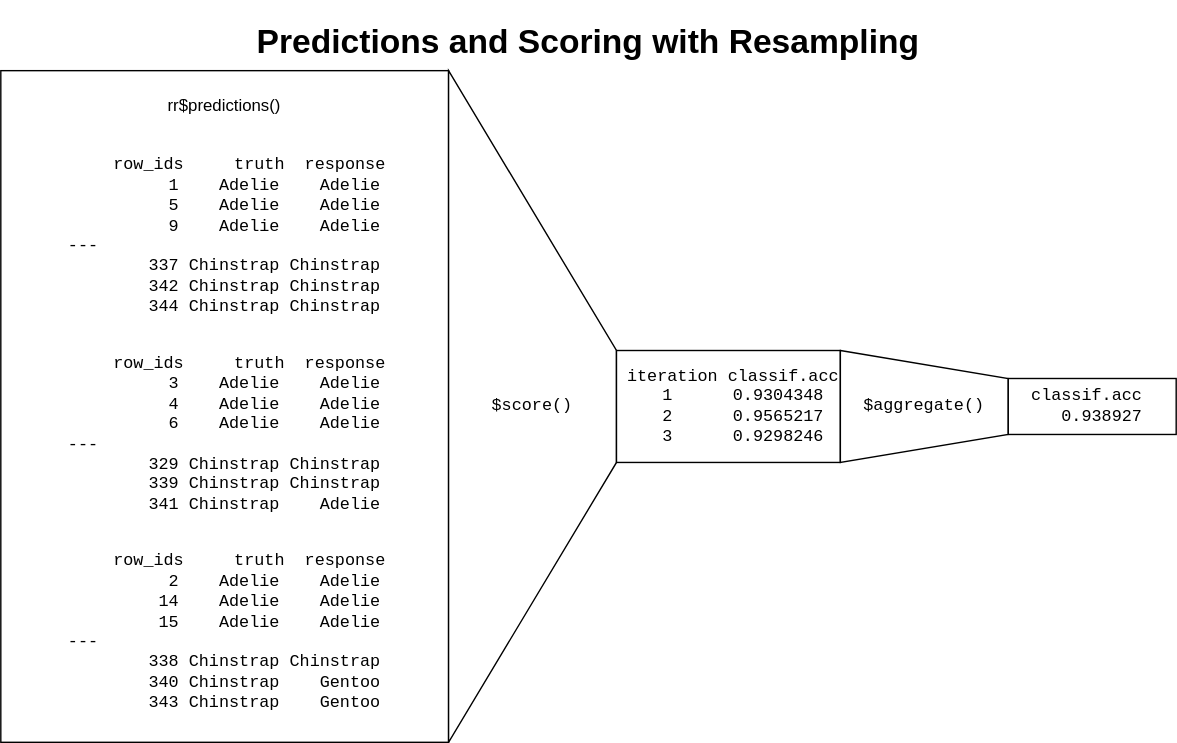
Before: book/Figures/predict-score-aggregate-resampling.drawio.svg, a diagram exported from draw.io (mlr-org/mlr3book). Source tidied: cells renumbered, new cells last; positions are measured from the earlier drawing's top-left corner, leaving out a move shared by most shapes.
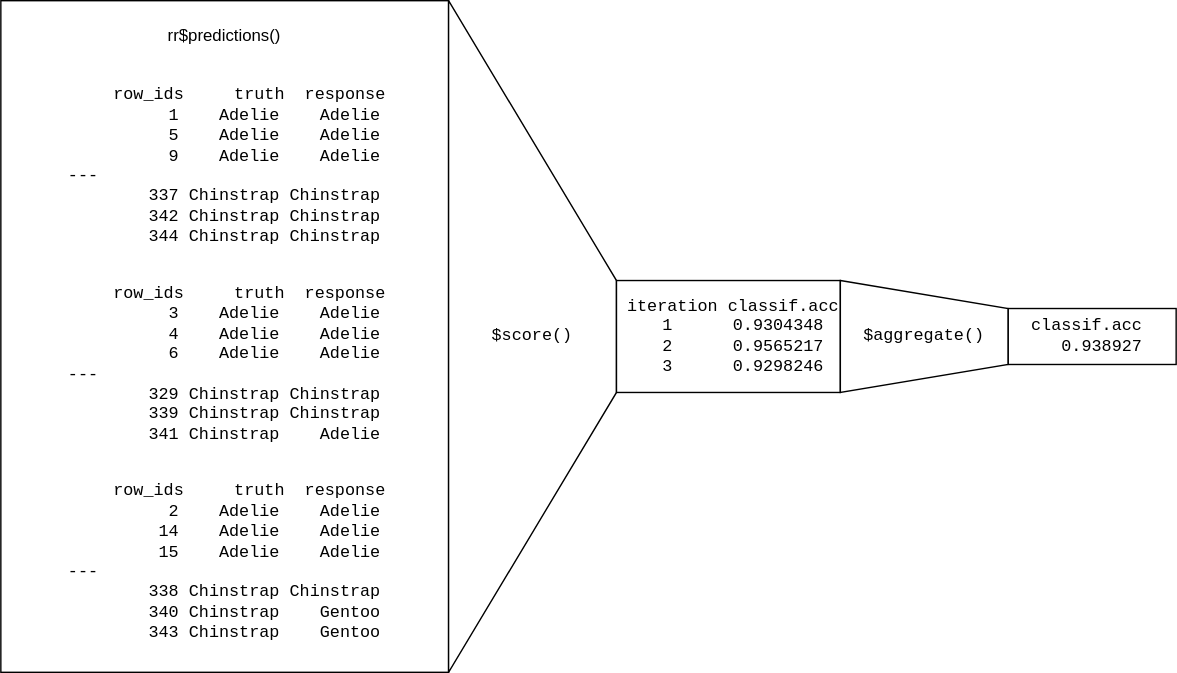
After the change.

Commit message:
finish holdout, start resampling

What changed in the source:
```diff
@@ -35,8 +35,5 @@
     <mxCell id="12" value="&lt;pre&gt;classif.acc&amp;nbsp;&lt;br&gt;&amp;nbsp; &amp;nbsp;0.938927&amp;nbsp;&lt;/pre&gt;" style="text;html=1;strokeColor=none;fillColor=none;align=center;verticalAlign=middle;whiteSpace=wrap;rounded=0;" parent="1" vertex="1">
       <mxGeometry x="720" y="260" width="120" height="40" as="geometry" />
     </mxCell>
-    <mxCell id="13" value="&lt;h1&gt;Predictions and Scoring with Resampling&lt;/h1&gt;" style="text;html=1;strokeColor=none;fillColor=none;spacing=5;spacingTop=-20;whiteSpace=wrap;overflow=hidden;rounded=0;align=center;" parent="1" vertex="1">
-      <mxGeometry width="840" height="40" as="geometry" />
-    </mxCell>
   </root>
 </mxGraphModel>
```
